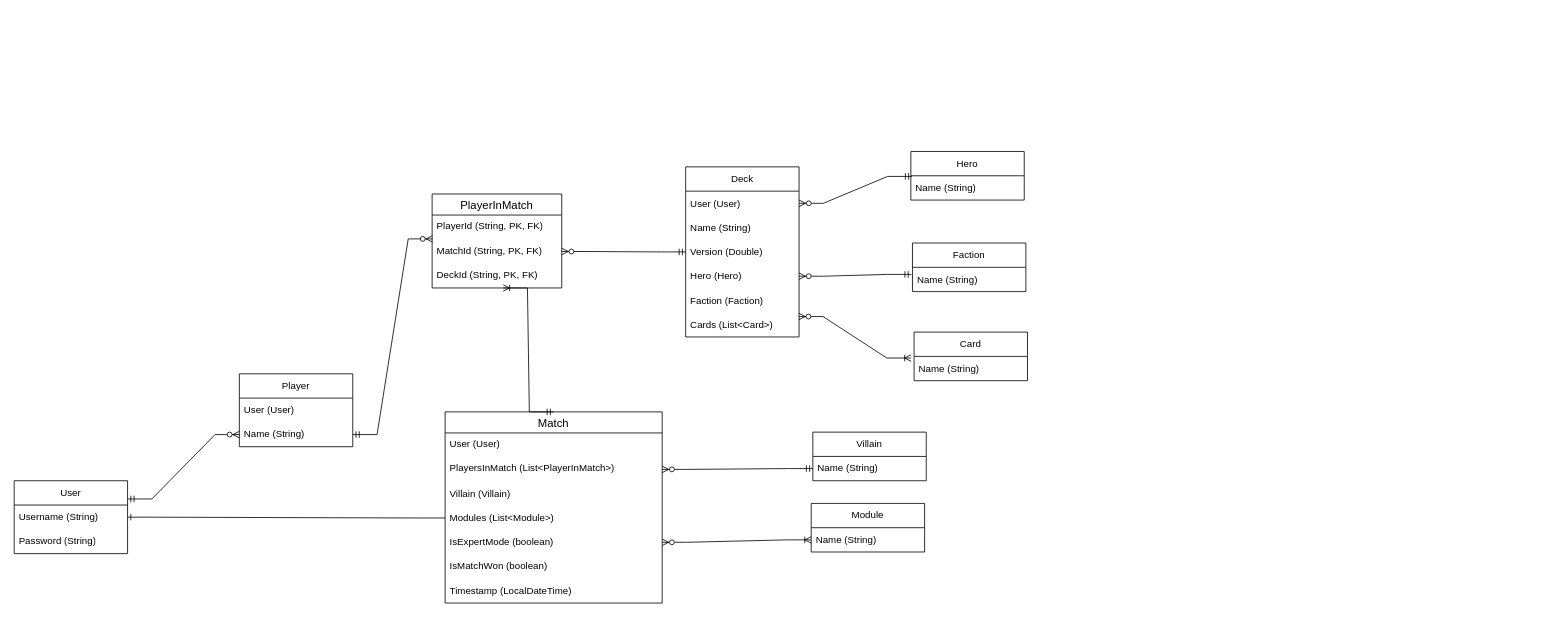
Earlier version of the draw.io diagram MarvelChampionsMatchTracker.drawio (zaktaw/MarvelChampionsMatchTracker). Source tidied: cells renumbered, new cells numbered last; positions are measured from the earlier drawing's top-left corner, leaving out a move shared by most shapes. Both pictures are drawn from the tidied source at 81%, with x=0, y=0 at pixel (14, 151).
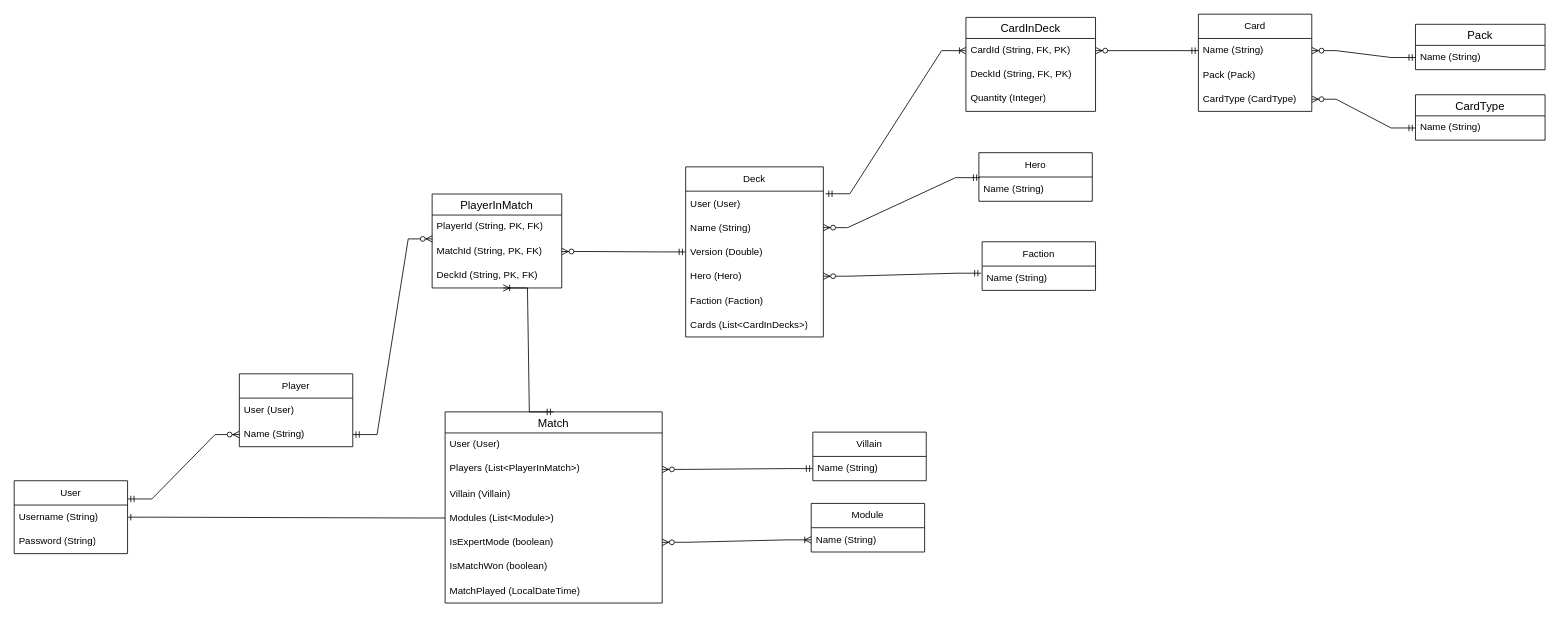
The same diagram, later.

The change refers to these unchanged cells:
```xml
<mxCell id="13" value="Name (String)" style="text;strokeColor=none;fillColor=none;align=left;verticalAlign=middle;spacingLeft=4;spacingRight=4;overflow=hidden;points=[[0,0.5],[1,0.5]];portConstraint=eastwest;whiteSpace=wrap;html=1;" parent="12" vertex="1">
  <mxGeometry y="30" width="140" height="30" as="geometry" />
</mxCell>
<mxCell id="24" value="Name (String)" style="text;strokeColor=none;fillColor=none;align=left;verticalAlign=middle;spacingLeft=4;spacingRight=4;overflow=hidden;points=[[0,0.5],[1,0.5]];portConstraint=eastwest;whiteSpace=wrap;html=1;" parent="23" vertex="1">
  <mxGeometry y="30" width="140" height="30" as="geometry" />
</mxCell>
<mxCell id="37" value="Match" style="swimlane;fontStyle=0;horizontal=1;startSize=26;align=center;fontSize=14;" parent="1" vertex="1">
  <mxGeometry x="532" y="321" width="268" height="236" as="geometry" />
</mxCell>
```

Change to the diagram source:
```diff
@@
     <mxCell id="12" value="Hero" style="swimlane;fontStyle=0;horizontal=1;startSize=30;whiteSpace=wrap;html=1;" parent="1" vertex="1">
-      <mxGeometry x="1107" y="-0.5" width="140" height="60" as="geometry" />
+      <mxGeometry x="1191" y="1" width="140" height="60" as="geometry" />
     </mxCell>
@@
     <mxCell id="14" value="Faction" style="swimlane;fontStyle=0;horizontal=1;startSize=30;whiteSpace=wrap;html=1;" parent="1" vertex="1">
-      <mxGeometry x="1109" y="112.5" width="140" height="60" as="geometry" />
+      <mxGeometry x="1195" y="111" width="140" height="60" as="geometry" />
     </mxCell>
@@
     <mxCell id="16" value="Deck" style="swimlane;fontStyle=0;horizontal=1;startSize=30;whiteSpace=wrap;html=1;" parent="1" vertex="1">
-      <mxGeometry x="829" y="18.5" width="140" height="210" as="geometry" />
+      <mxGeometry x="829" y="18.5" width="170" height="210" as="geometry" />
     </mxCell>
     <mxCell id="17" value="User (User)" style="text;strokeColor=none;fillColor=none;align=left;verticalAlign=middle;spacingLeft=4;spacingRight=4;overflow=hidden;points=[[0,0.5],[1,0.5]];portConstraint=eastwest;whiteSpace=wrap;html=1;" parent="16" vertex="1">
-      <mxGeometry y="30" width="140" height="30" as="geometry" />
+      <mxGeometry y="30" width="170" height="30" as="geometry" />
     </mxCell>
     <mxCell id="18" value="Name (String)" style="text;strokeColor=none;fillColor=none;align=left;verticalAlign=middle;spacingLeft=4;spacingRight=4;overflow=hidden;points=[[0,0.5],[1,0.5]];portConstraint=eastwest;whiteSpace=wrap;html=1;" parent="16" vertex="1">
-      <mxGeometry y="60" width="140" height="30" as="geometry" />
+      <mxGeometry y="60" width="170" height="30" as="geometry" />
     </mxCell>
     <mxCell id="19" value="Version (Double)" style="text;strokeColor=none;fillColor=none;align=left;verticalAlign=middle;spacingLeft=4;spacingRight=4;overflow=hidden;points=[[0,0.5],[1,0.5]];portConstraint=eastwest;whiteSpace=wrap;html=1;" parent="16" vertex="1">
-      <mxGeometry y="90" width="140" height="30" as="geometry" />
+      <mxGeometry y="90" width="170" height="30" as="geometry" />
     </mxCell>
     <mxCell id="20" value="Hero (Hero)" style="text;strokeColor=none;fillColor=none;align=left;verticalAlign=middle;spacingLeft=4;spacingRight=4;overflow=hidden;points=[[0,0.5],[1,0.5]];portConstraint=eastwest;whiteSpace=wrap;html=1;" parent="16" vertex="1">
-      <mxGeometry y="120" width="140" height="30" as="geometry" />
+      <mxGeometry y="120" width="170" height="30" as="geometry" />
     </mxCell>
     <mxCell id="21" value="Faction (Faction)" style="text;strokeColor=none;fillColor=none;align=left;verticalAlign=middle;spacingLeft=4;spacingRight=4;overflow=hidden;whiteSpace=wrap;html=1;" parent="16" vertex="1">
-      <mxGeometry y="150" width="140" height="30" as="geometry" />
+      <mxGeometry y="150" width="170" height="30" as="geometry" />
     </mxCell>
-    <mxCell id="22" value="Cards (List&amp;lt;Card&amp;gt;)" style="text;strokeColor=none;fillColor=none;align=left;verticalAlign=middle;spacingLeft=4;spacingRight=4;overflow=hidden;points=[[0,0.5],[1,0.5]];portConstraint=eastwest;whiteSpace=wrap;html=1;" parent="16" vertex="1">
-      <mxGeometry y="180" width="140" height="30" as="geometry" />
+    <mxCell id="22" value="Cards (List&amp;lt;CardInDecks&amp;gt;)" style="text;strokeColor=none;fillColor=none;align=left;verticalAlign=middle;spacingLeft=4;spacingRight=4;overflow=hidden;points=[[0,0.5],[1,0.5]];portConstraint=eastwest;whiteSpace=wrap;html=1;" parent="16" vertex="1">
+      <mxGeometry y="180" width="170" height="30" as="geometry" />
     </mxCell>
     <mxCell id="23" value="Card" style="swimlane;fontStyle=0;horizontal=1;startSize=30;whiteSpace=wrap;html=1;" parent="1" vertex="1">
-      <mxGeometry x="1111" y="222.5" width="140" height="60" as="geometry" />
+      <mxGeometry x="1462" y="-170" width="140" height="120" as="geometry" />
     </mxCell>
@@
+    <mxCell id="47" value="Pack (Pack)" style="text;strokeColor=none;fillColor=none;align=left;verticalAlign=middle;spacingLeft=4;spacingRight=4;overflow=hidden;whiteSpace=wrap;html=1;" parent="23" vertex="1">
+      <mxGeometry y="60" width="140" height="30" as="geometry" />
+    </mxCell>
+    <mxCell id="48" value="CardType (CardType)" style="text;strokeColor=none;fillColor=none;align=left;verticalAlign=middle;spacingLeft=4;spacingRight=4;overflow=hidden;points=[[0,0.5],[1,0.5]];portConstraint=eastwest;whiteSpace=wrap;html=1;" parent="23" vertex="1">
+      <mxGeometry y="90" width="140" height="30" as="geometry" />
+    </mxCell>
@@
-    <mxCell id="34" style="edgeStyle=entityRelationEdgeStyle;fontSize=12;html=1;endArrow=ERzeroToMany;startArrow=ERmandOne;rounded=0;exitX=0.009;exitY=0.027;exitDx=0;exitDy=0;exitPerimeter=0;entryX=1;entryY=0.5;entryDx=0;entryDy=0;" parent="1" edge="1" source="13" target="17">
+    <mxCell id="34" style="edgeStyle=entityRelationEdgeStyle;fontSize=12;html=1;endArrow=ERzeroToMany;startArrow=ERmandOne;rounded=0;exitX=0.009;exitY=0.027;exitDx=0;exitDy=0;exitPerimeter=0;entryX=1;entryY=0.5;entryDx=0;entryDy=0;" parent="1" edge="1" source="13" target="18">
       <mxGeometry relative="1" as="geometry" />
     </mxCell>
@@
-    <mxCell id="36" style="edgeStyle=entityRelationEdgeStyle;fontSize=12;html=1;endArrow=ERoneToMany;startArrow=ERzeroToMany;rounded=0;exitX=0.997;exitY=0.16;exitDx=0;exitDy=0;exitPerimeter=0;entryX=-0.026;entryY=0.067;entryDx=0;entryDy=0;entryPerimeter=0;" parent="1" edge="1" source="22" target="24">
-      <mxGeometry relative="1" as="geometry" />
-    </mxCell>
@@
-    <mxCell id="39" value="PlayersInMatch (List&amp;lt;PlayerInMatch&amp;gt;)" style="text;strokeColor=none;fillColor=none;spacingLeft=4;spacingRight=4;overflow=hidden;points=[[0,0.5],[1,0.5]];portConstraint=eastwest;fontSize=12;whiteSpace=wrap;html=1;" parent="37" vertex="1">
+    <mxCell id="39" value="Players (List&amp;lt;PlayerInMatch&amp;gt;)" style="text;strokeColor=none;fillColor=none;spacingLeft=4;spacingRight=4;overflow=hidden;points=[[0,0.5],[1,0.5]];portConstraint=eastwest;fontSize=12;whiteSpace=wrap;html=1;" parent="37" vertex="1">
       <mxGeometry y="56" width="268" height="30" as="geometry" />
     </mxCell>
@@
-    <mxCell id="44" value="Timestamp (LocalDateTime)" style="text;strokeColor=none;fillColor=none;align=left;verticalAlign=middle;spacingLeft=4;spacingRight=4;overflow=hidden;whiteSpace=wrap;html=1;" parent="37" vertex="1">
+    <mxCell id="44" value="MatchPlayed (LocalDateTime)" style="text;strokeColor=none;fillColor=none;align=left;verticalAlign=middle;spacingLeft=4;spacingRight=4;overflow=hidden;whiteSpace=wrap;html=1;" parent="37" vertex="1">
       <mxGeometry y="206" width="268" height="30" as="geometry" />
     </mxCell>
@@
+    <mxCell id="49" value="Pack" style="swimlane;fontStyle=0;horizontal=1;startSize=26;align=center;fontSize=14;" parent="1" vertex="1">
+      <mxGeometry x="1730" y="-157.5" width="160" height="56" as="geometry" />
+    </mxCell>
+    <mxCell id="50" value="Name (String)" style="text;strokeColor=none;fillColor=none;spacingLeft=4;spacingRight=4;overflow=hidden;points=[[0,0.5],[1,0.5]];portConstraint=eastwest;fontSize=12;whiteSpace=wrap;html=1;" parent="49" vertex="1">
+      <mxGeometry y="26" width="160" height="30" as="geometry" />
+    </mxCell>
+    <mxCell id="51" value="CardType" style="swimlane;fontStyle=0;horizontal=1;startSize=26;align=center;fontSize=14;" parent="1" vertex="1">
+      <mxGeometry x="1730" y="-70.5" width="160" height="56" as="geometry" />
+    </mxCell>
+    <mxCell id="52" value="Name (String)" style="text;strokeColor=none;fillColor=none;spacingLeft=4;spacingRight=4;overflow=hidden;points=[[0,0.5],[1,0.5]];portConstraint=eastwest;fontSize=12;whiteSpace=wrap;html=1;" parent="51" vertex="1">
+      <mxGeometry y="26" width="160" height="30" as="geometry" />
+    </mxCell>
+    <mxCell id="53" style="edgeStyle=entityRelationEdgeStyle;fontSize=12;html=1;endArrow=ERzeroToMany;startArrow=ERmandOne;rounded=0;entryX=1;entryY=0.5;entryDx=0;entryDy=0;exitX=0;exitY=0.5;exitDx=0;exitDy=0;" parent="1" edge="1" source="50" target="24">
+      <mxGeometry relative="1" as="geometry" />
+    </mxCell>
+    <mxCell id="54" style="edgeStyle=entityRelationEdgeStyle;fontSize=12;html=1;endArrow=ERzeroToMany;startArrow=ERmandOne;rounded=0;exitX=0;exitY=0.5;exitDx=0;exitDy=0;entryX=1;entryY=0.5;entryDx=0;entryDy=0;" parent="1" edge="1" source="52" target="48">
+      <mxGeometry relative="1" as="geometry" />
+    </mxCell>
+    <mxCell id="55" value="CardInDeck" style="swimlane;fontStyle=0;horizontal=1;startSize=26;align=center;fontSize=14;" parent="1" vertex="1">
+      <mxGeometry x="1175" y="-166" width="160" height="116" as="geometry" />
+    </mxCell>
+    <mxCell id="56" value="CardId (String, FK, PK)" style="text;strokeColor=none;fillColor=none;spacingLeft=4;spacingRight=4;overflow=hidden;points=[[0,0.5],[1,0.5]];portConstraint=eastwest;fontSize=12;whiteSpace=wrap;html=1;" parent="55" vertex="1">
+      <mxGeometry y="26" width="160" height="30" as="geometry" />
+    </mxCell>
+    <mxCell id="57" value="DeckId (String, FK, PK)" style="text;strokeColor=none;fillColor=none;spacingLeft=4;spacingRight=4;overflow=hidden;fontSize=12;whiteSpace=wrap;html=1;" parent="55" vertex="1">
+      <mxGeometry y="56" width="160" height="30" as="geometry" />
+    </mxCell>
+    <mxCell id="58" value="Quantity (Integer)" style="text;strokeColor=none;fillColor=none;spacingLeft=4;spacingRight=4;overflow=hidden;fontSize=12;whiteSpace=wrap;html=1;" parent="55" vertex="1">
+      <mxGeometry y="86" width="160" height="30" as="geometry" />
+    </mxCell>
+    <mxCell id="59" style="edgeStyle=entityRelationEdgeStyle;fontSize=12;html=1;endArrow=ERoneToMany;startArrow=ERmandOne;rounded=0;exitX=1.016;exitY=0.107;exitDx=0;exitDy=0;exitPerimeter=0;entryX=0;entryY=0.5;entryDx=0;entryDy=0;" parent="1" edge="1" source="17" target="56">
+      <mxGeometry relative="1" as="geometry" />
+    </mxCell>
+    <mxCell id="60" style="edgeStyle=entityRelationEdgeStyle;fontSize=12;html=1;endArrow=ERzeroToMany;startArrow=ERmandOne;rounded=0;exitX=0;exitY=0.5;exitDx=0;exitDy=0;entryX=1;entryY=0.5;entryDx=0;entryDy=0;" parent="1" edge="1" source="24" target="56">
+      <mxGeometry relative="1" as="geometry" />
+    </mxCell>
```
